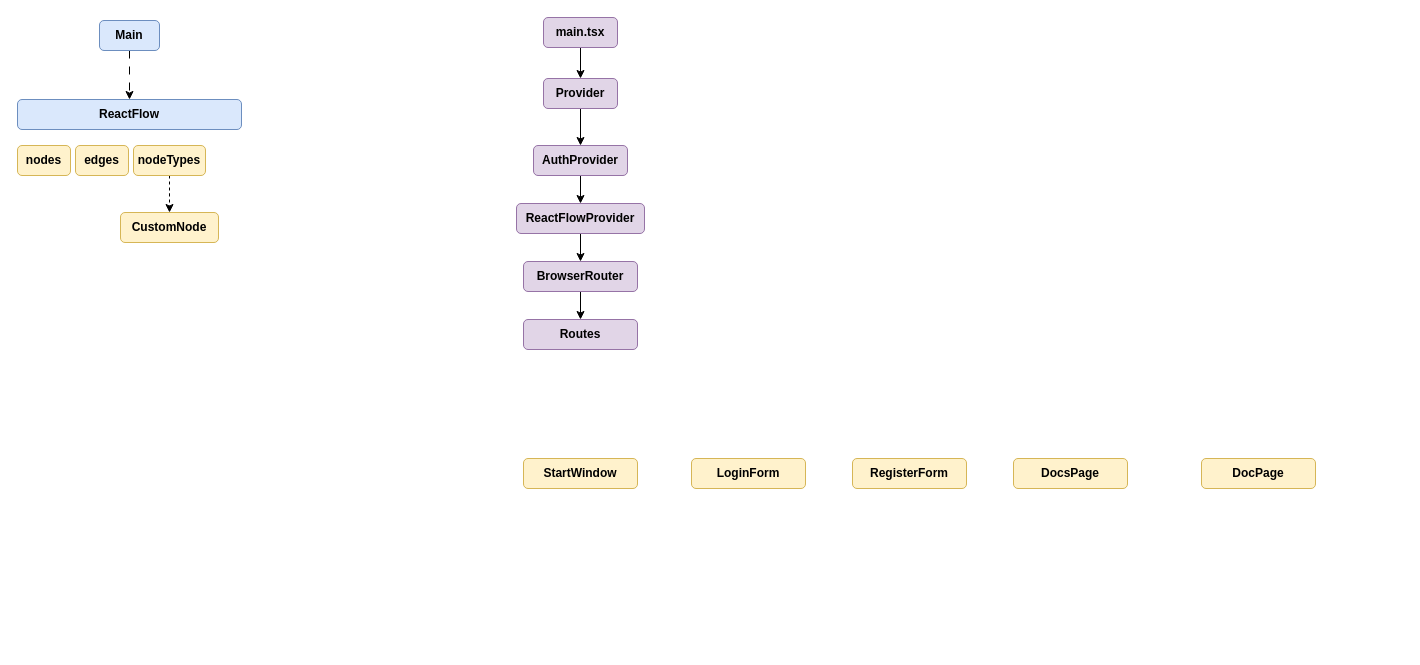
Above: page "Diagramm" (3 of 6) of Self-Diagrams.drawio in orlov-oleg-developer/uml-diagrams (draw.io), before the change. Source tidied: cells renumbered, new cells numbered last; positions are measured from the earlier drawing's top-left corner, leaving out a move shared by most shapes. Both pictures are drawn from the tidied source at 100%, with x=0, y=0 at pixel (17, 17).
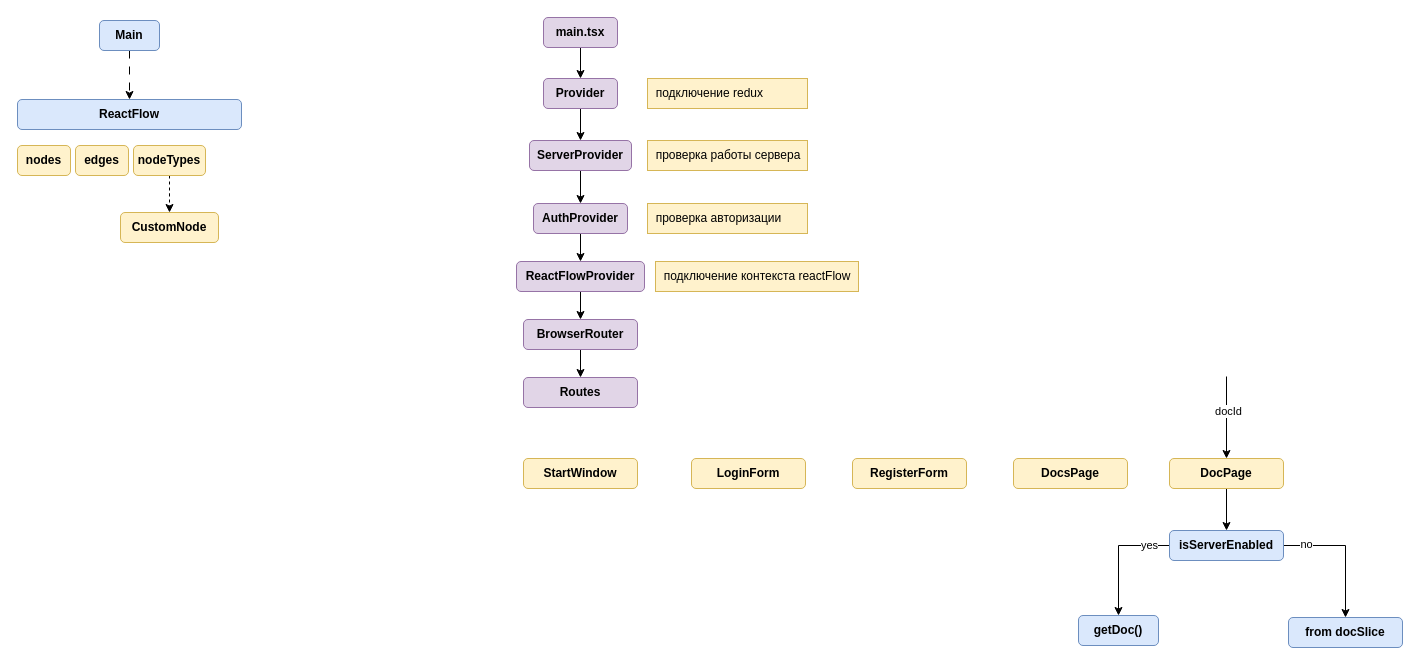
The same page after the edit.

The change refers to these unchanged cells:
```xml
<mxCell id="13" value="Provider" style="rounded=1;whiteSpace=wrap;html=1;fillColor=#e1d5e7;strokeColor=#9673a6;fontStyle=1;" parent="1" vertex="1">
  <mxGeometry x="526" y="61" width="74" height="30" as="geometry" />
</mxCell>
```

What changed in the source:
```diff
@@
-    <mxCell id="12" style="edgeStyle=orthogonalEdgeStyle;rounded=0;jettySize=auto;html=1;entryX=0.5;entryY=0;entryDx=0;entryDy=0;" parent="1" edge="1" source="13" target="17">
-      <mxGeometry relative="1" as="geometry" />
-    </mxCell>
+    <mxCell id="26" style="edgeStyle=orthogonalEdgeStyle;rounded=0;jettySize=auto;html=1;entryX=0.5;entryY=0;entryDx=0;entryDy=0;" parent="1" edge="1" source="13" target="38">
+      <mxGeometry relative="1" as="geometry" />
+    </mxCell>
@@
     <mxCell id="15" value="ReactFlowProvider" style="rounded=1;whiteSpace=wrap;html=1;fillColor=#e1d5e7;strokeColor=#9673a6;fontStyle=1;" parent="1" vertex="1">
-      <mxGeometry x="499" y="186" width="128" height="30" as="geometry" />
+      <mxGeometry x="499" y="244" width="128" height="30" as="geometry" />
     </mxCell>
@@
     <mxCell id="17" value="AuthProvider" style="rounded=1;whiteSpace=wrap;html=1;fillColor=#e1d5e7;strokeColor=#9673a6;fontStyle=1;" parent="1" vertex="1">
-      <mxGeometry x="516" y="128" width="94" height="30" as="geometry" />
+      <mxGeometry x="516" y="186" width="94" height="30" as="geometry" />
     </mxCell>
@@
     <mxCell id="19" value="BrowserRouter" style="rounded=1;whiteSpace=wrap;html=1;fillColor=#e1d5e7;strokeColor=#9673a6;fontStyle=1;" parent="1" vertex="1">
-      <mxGeometry x="506" y="244" width="114" height="30" as="geometry" />
+      <mxGeometry x="506" y="302" width="114" height="30" as="geometry" />
     </mxCell>
     <mxCell id="20" value="Routes" style="rounded=1;whiteSpace=wrap;html=1;fillColor=#e1d5e7;strokeColor=#9673a6;fontStyle=1;" parent="1" vertex="1">
-      <mxGeometry x="506" y="302" width="114" height="30" as="geometry" />
+      <mxGeometry x="506" y="360" width="114" height="30" as="geometry" />
     </mxCell>
@@
+    <mxCell id="27" style="edgeStyle=orthogonalEdgeStyle;rounded=0;jettySize=auto;html=1;entryX=0.5;entryY=0;entryDx=0;entryDy=0;" parent="1" edge="1" source="25" target="34">
+      <mxGeometry relative="1" as="geometry" />
+    </mxCell>
     <mxCell id="25" value="DocPage" style="rounded=1;whiteSpace=wrap;html=1;fillColor=#fff2cc;strokeColor=#d6b656;fontStyle=1;" parent="1" vertex="1">
-      <mxGeometry x="1184" y="441" width="114" height="30" as="geometry" />
+      <mxGeometry x="1152" y="441" width="114" height="30" as="geometry" />
     </mxCell>
+    <mxCell id="28" style="endArrow=classic;html=1;rounded=0;entryX=0.5;entryY=0;entryDx=0;entryDy=0;" parent="1" edge="1" target="25">
+      <mxGeometry relative="1" as="geometry">
+        <mxPoint x="1209" y="359" as="sourcePoint" />
+      </mxGeometry>
+    </mxCell>
+    <mxCell id="29" value="docId" style="edgeLabel;html=1;align=center;verticalAlign=middle;" parent="28" vertex="1">
+      <mxGeometry x="-0.17" y="1" relative="1" as="geometry" />
+    </mxCell>
+    <mxCell id="30" style="edgeStyle=orthogonalEdgeStyle;rounded=0;jettySize=auto;html=1;entryX=0.5;entryY=0;entryDx=0;entryDy=0;exitX=0;exitY=0.5;exitDx=0;exitDy=0;" parent="1" edge="1" source="34" target="35">
+      <mxGeometry relative="1" as="geometry" />
+    </mxCell>
+    <mxCell id="31" value="yes" style="edgeLabel;html=1;align=center;verticalAlign=middle;" parent="30" vertex="1">
+      <mxGeometry x="-0.65" y="-1" relative="1" as="geometry" />
+    </mxCell>
+    <mxCell id="32" style="edgeStyle=orthogonalEdgeStyle;rounded=0;jettySize=auto;html=1;entryX=0.5;entryY=0;entryDx=0;entryDy=0;" parent="1" edge="1" source="34" target="36">
+      <mxGeometry relative="1" as="geometry" />
+    </mxCell>
+    <mxCell id="33" value="no" style="edgeLabel;html=1;align=center;verticalAlign=middle;" parent="32" vertex="1">
+      <mxGeometry x="-0.67" y="2" relative="1" as="geometry" />
+    </mxCell>
+    <mxCell id="34" value="isServerEnabled" style="rounded=1;whiteSpace=wrap;html=1;fillColor=#dae8fc;strokeColor=#6c8ebf;fontStyle=1;" parent="1" vertex="1">
+      <mxGeometry x="1152" y="513" width="114" height="30" as="geometry" />
+    </mxCell>
+    <mxCell id="35" value="getDoc()" style="rounded=1;whiteSpace=wrap;html=1;fillColor=#dae8fc;strokeColor=#6c8ebf;fontStyle=1;" parent="1" vertex="1">
+      <mxGeometry x="1061" y="598" width="80" height="30" as="geometry" />
+    </mxCell>
+    <mxCell id="36" value="from docSlice" style="rounded=1;whiteSpace=wrap;html=1;fillColor=#dae8fc;strokeColor=#6c8ebf;fontStyle=1;" parent="1" vertex="1">
+      <mxGeometry x="1271" y="600" width="114" height="30" as="geometry" />
+    </mxCell>
+    <mxCell id="37" style="edgeStyle=orthogonalEdgeStyle;rounded=0;jettySize=auto;html=1;entryX=0.5;entryY=0;entryDx=0;entryDy=0;" parent="1" edge="1" source="38" target="17">
+      <mxGeometry relative="1" as="geometry" />
+    </mxCell>
+    <mxCell id="38" value="ServerProvider" style="rounded=1;whiteSpace=wrap;html=1;fillColor=#e1d5e7;strokeColor=#9673a6;fontStyle=1;" parent="1" vertex="1">
+      <mxGeometry x="512" y="123" width="102" height="30" as="geometry" />
+    </mxCell>
+    <mxCell id="39" value="&amp;nbsp; проверка работы сервера" style="text;html=1;align=left;verticalAlign=middle;whiteSpace=wrap;rounded=0;fillColor=#fff2cc;strokeColor=#d6b656;" parent="1" vertex="1">
+      <mxGeometry x="630" y="123" width="160" height="30" as="geometry" />
+    </mxCell>
+    <mxCell id="40" value="&amp;nbsp; подключение redux" style="text;html=1;align=left;verticalAlign=middle;whiteSpace=wrap;rounded=0;fillColor=#fff2cc;strokeColor=#d6b656;" parent="1" vertex="1">
+      <mxGeometry x="630" y="61" width="160" height="30" as="geometry" />
+    </mxCell>
+    <mxCell id="41" value="&amp;nbsp; проверка авторизации" style="text;html=1;align=left;verticalAlign=middle;whiteSpace=wrap;rounded=0;fillColor=#fff2cc;strokeColor=#d6b656;" parent="1" vertex="1">
+      <mxGeometry x="630" y="186" width="160" height="30" as="geometry" />
+    </mxCell>
+    <mxCell id="42" value="&amp;nbsp; подключение контекста reactFlow" style="text;html=1;align=left;verticalAlign=middle;whiteSpace=wrap;rounded=0;fillColor=#fff2cc;strokeColor=#d6b656;" parent="1" vertex="1">
+      <mxGeometry x="638" y="244" width="203" height="30" as="geometry" />
+    </mxCell>
```
